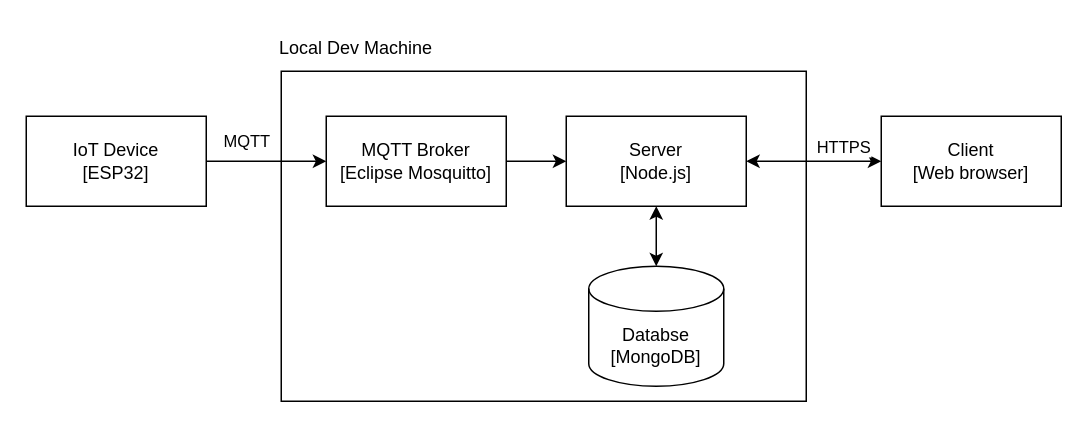
This is documentation/block diagrams/solution architecture v1.drawio from armando-jp/ecen5033-devops-final, a draw.io file, before an edit. Source tidied: cells renumbered, new cells numbered last; positions are measured from the earlier drawing's top-left corner, leaving out a move shared by most shapes. Both pictures are drawn from the tidied source at 150%, with x=0, y=0 at pixel (26, 26).
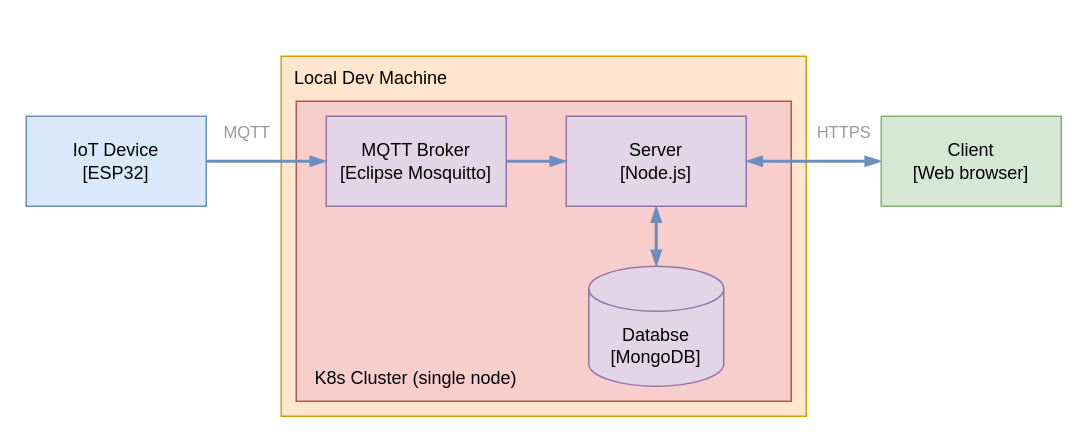
Above is the later version.

What changed in the source:
```diff
@@
 <mxGraphModel>
   <root>
     <mxCell id="0" />
     <mxCell id="1" parent="0" />
+    <mxCell id="15" style="rounded=0;whiteSpace=wrap;html=1;fillColor=#ffe6cc;strokeColor=#d79b00;" parent="1" vertex="1">
+      <mxGeometry x="170" y="20" width="350" height="240" as="geometry" />
+    </mxCell>
-    <mxCell id="2" style="rounded=0;whiteSpace=wrap;html=1;" parent="1" vertex="1">
-      <mxGeometry x="170" y="30" width="350" height="220" as="geometry" />
+    <mxCell id="2" style="rounded=0;whiteSpace=wrap;html=1;fillColor=#f8cecc;strokeColor=#b85450;" parent="1" vertex="1">
+      <mxGeometry x="180" y="50" width="330" height="200" as="geometry" />
     </mxCell>
-    <mxCell id="3" style="edgeStyle=orthogonalEdgeStyle;rounded=0;jettySize=auto;html=1;exitX=0.5;exitY=1;exitDx=0;exitDy=0;entryX=0.5;entryY=0;entryDx=0;entryDy=0;entryPerimeter=0;startArrow=classic;startFill=1;" parent="1" edge="1" source="4" target="5">
+    <mxCell id="3" style="edgeStyle=orthogonalEdgeStyle;rounded=0;jettySize=auto;html=1;exitX=0.5;exitY=1;exitDx=0;exitDy=0;entryX=0.5;entryY=0;entryDx=0;entryDy=0;entryPerimeter=0;startArrow=blockThin;startFill=1;endArrow=blockThin;endFill=1;fillColor=#dae8fc;strokeColor=#6c8ebf;strokeWidth=2;" parent="1" edge="1" source="4" target="5">
       <mxGeometry relative="1" as="geometry" />
     </mxCell>
-    <mxCell id="4" value="Server&lt;br&gt;[Node.js]" style="rounded=0;whiteSpace=wrap;html=1;" parent="1" vertex="1">
+    <mxCell id="4" value="Server&lt;br&gt;[Node.js]" style="rounded=0;whiteSpace=wrap;html=1;fillColor=#e1d5e7;strokeColor=#9673a6;" parent="1" vertex="1">
       <mxGeometry x="360" y="60" width="120" height="60" as="geometry" />
     </mxCell>
-    <mxCell id="5" value="Databse&lt;br&gt;[MongoDB]" style="shape=cylinder3;whiteSpace=wrap;html=1;boundedLbl=1;backgroundOutline=1;size=15;" parent="1" vertex="1">
+    <mxCell id="5" value="Databse&lt;br&gt;[MongoDB]" style="shape=cylinder3;whiteSpace=wrap;html=1;boundedLbl=1;backgroundOutline=1;size=15;fillColor=#e1d5e7;strokeColor=#9673a6;" parent="1" vertex="1">
       <mxGeometry x="375" y="160" width="90" height="80" as="geometry" />
     </mxCell>
-    <mxCell id="6" style="edgeStyle=orthogonalEdgeStyle;rounded=0;jettySize=auto;html=1;exitX=1;exitY=0.5;exitDx=0;exitDy=0;entryX=0;entryY=0.5;entryDx=0;entryDy=0;" parent="1" edge="1" source="9" target="4">
+    <mxCell id="6" style="edgeStyle=orthogonalEdgeStyle;rounded=0;jettySize=auto;html=1;exitX=1;exitY=0.5;exitDx=0;exitDy=0;entryX=0;entryY=0.5;entryDx=0;entryDy=0;endArrow=blockThin;endFill=1;startArrow=none;startFill=0;fillColor=#dae8fc;strokeColor=#6c8ebf;strokeWidth=2;" parent="1" edge="1" source="9" target="4">
       <mxGeometry relative="1" as="geometry" />
     </mxCell>
-    <mxCell id="7" style="edgeStyle=orthogonalEdgeStyle;rounded=0;jettySize=auto;html=1;exitX=0;exitY=0.5;exitDx=0;exitDy=0;entryX=1;entryY=0.5;entryDx=0;entryDy=0;startArrow=classic;startFill=1;endArrow=none;endFill=0;" parent="1" edge="1" source="9" target="14">
+    <mxCell id="7" style="edgeStyle=orthogonalEdgeStyle;rounded=0;jettySize=auto;html=1;exitX=0;exitY=0.5;exitDx=0;exitDy=0;entryX=1;entryY=0.5;entryDx=0;entryDy=0;startArrow=blockThin;startFill=1;endArrow=none;endFill=0;fillColor=#dae8fc;strokeColor=#6c8ebf;strokeWidth=2;" parent="1" edge="1" source="9" target="14">
       <mxGeometry relative="1" as="geometry" />
     </mxCell>
-    <mxCell id="8" value="MQTT" style="edgeLabel;html=1;align=center;verticalAlign=middle;" parent="7" vertex="1">
+    <mxCell id="8" value="&lt;font color=&quot;#999999&quot;&gt;MQTT&lt;/font&gt;" style="edgeLabel;html=1;align=center;verticalAlign=middle;" parent="7" vertex="1">
       <mxGeometry x="0.22" y="-2" relative="1" as="geometry">
-        <mxPoint x="-5" y="-12" as="offset" />
+        <mxPoint x="-5" y="-18" as="offset" />
       </mxGeometry>
     </mxCell>
-    <mxCell id="9" value="MQTT Broker&lt;br&gt;[Eclipse Mosquitto]" style="rounded=0;whiteSpace=wrap;html=1;" parent="1" vertex="1">
+    <mxCell id="9" value="MQTT Broker&lt;br&gt;[Eclipse Mosquitto]" style="rounded=0;whiteSpace=wrap;html=1;fillColor=#e1d5e7;strokeColor=#9673a6;" parent="1" vertex="1">
       <mxGeometry x="200" y="60" width="120" height="60" as="geometry" />
     </mxCell>
-    <mxCell id="10" style="edgeStyle=orthogonalEdgeStyle;rounded=0;jettySize=auto;html=1;entryX=1;entryY=0.5;entryDx=0;entryDy=0;startArrow=classic;startFill=1;exitX=0;exitY=0.5;exitDx=0;exitDy=0;" parent="1" edge="1" source="13" target="4">
+    <mxCell id="10" style="edgeStyle=orthogonalEdgeStyle;rounded=0;jettySize=auto;html=1;entryX=1;entryY=0.5;entryDx=0;entryDy=0;startArrow=blockThin;startFill=1;exitX=0;exitY=0.5;exitDx=0;exitDy=0;endArrow=blockThin;endFill=1;fillColor=#dae8fc;strokeColor=#6c8ebf;strokeWidth=2;" parent="1" edge="1" source="13" target="4">
       <mxGeometry relative="1" as="geometry" />
     </mxCell>
-    <mxCell id="11" value="HTTPS" style="edgeLabel;html=1;align=center;verticalAlign=middle;" parent="10" vertex="1">
+    <mxCell id="11" value="&lt;font color=&quot;#999999&quot;&gt;HTTPS&lt;/font&gt;" style="edgeLabel;html=1;align=center;verticalAlign=middle;" parent="10" vertex="1">
       <mxGeometry x="-0.27" y="-4" relative="1" as="geometry">
-        <mxPoint x="7" y="-6" as="offset" />
+        <mxPoint x="7" y="-16" as="offset" />
       </mxGeometry>
     </mxCell>
     <mxCell id="12" value="Local Dev Machine" style="text;html=1;strokeColor=none;fillColor=none;align=center;verticalAlign=middle;whiteSpace=wrap;rounded=0;" parent="1" vertex="1">
-      <mxGeometry x="140" width="160" height="30" as="geometry" />
+      <mxGeometry x="150" y="20" width="160" height="30" as="geometry" />
     </mxCell>
-    <mxCell id="13" value="Client&lt;br&gt;[Web browser]" style="rounded=0;whiteSpace=wrap;html=1;strokeColor=default;fillColor=default;" parent="1" vertex="1">
+    <mxCell id="13" value="Client&lt;br&gt;[Web browser]" style="rounded=0;whiteSpace=wrap;html=1;strokeColor=#82b366;fillColor=#d5e8d4;" parent="1" vertex="1">
       <mxGeometry x="570" y="60" width="120" height="60" as="geometry" />
     </mxCell>
-    <mxCell id="14" value="IoT Device&lt;br&gt;[ESP32]" style="rounded=0;whiteSpace=wrap;html=1;strokeColor=default;fillColor=default;" parent="1" vertex="1">
+    <mxCell id="14" value="IoT Device&lt;br&gt;[ESP32]" style="rounded=0;whiteSpace=wrap;html=1;strokeColor=#6c8ebf;fillColor=#dae8fc;" parent="1" vertex="1">
       <mxGeometry y="60" width="120" height="60" as="geometry" />
     </mxCell>
+    <mxCell id="16" value="K8s Cluster (single node)" style="text;html=1;strokeColor=none;fillColor=none;align=center;verticalAlign=middle;whiteSpace=wrap;rounded=0;" parent="1" vertex="1">
+      <mxGeometry x="180" y="220" width="160" height="30" as="geometry" />
+    </mxCell>
   </root>
 </mxGraphModel>
```
